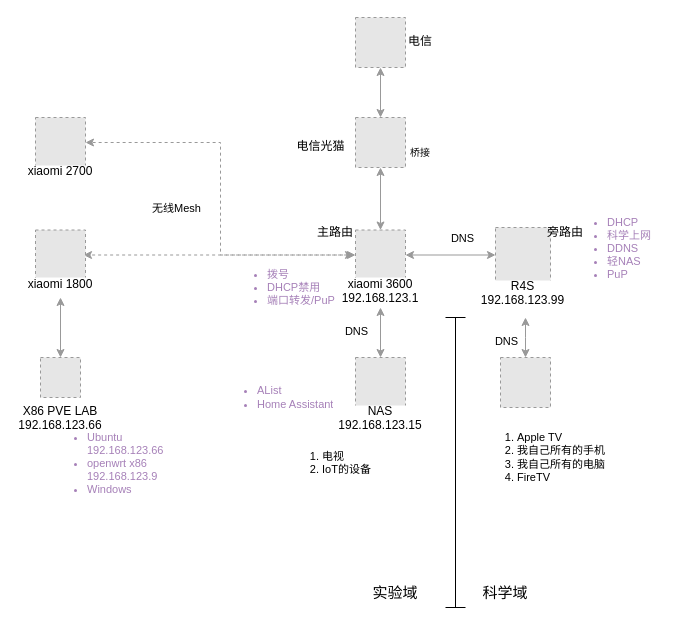
Before: page "side route" (6 of 8) of openwrt.drawio in quboqin/drawio, a draw.io diagram. Source tidied: cells renumbered, new cells numbered last; positions are measured from the earlier drawing's top-left corner, leaving out a move shared by most shapes. Both pictures are drawn from the tidied source at 100%, with x=0, y=0 at pixel (35, 17). Pictures stored in the file or linked from it are replaced by grey dashed boxes.
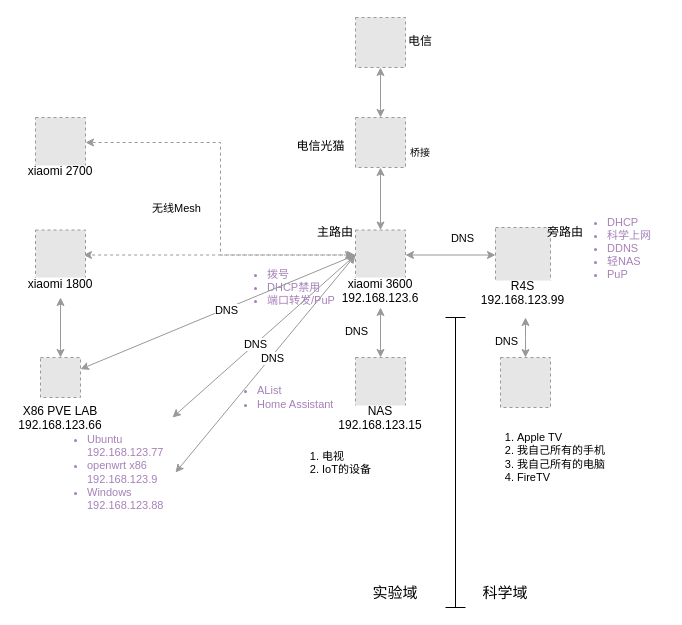
Above is the later version.

The change refers to these unchanged cells:
```xml
<mxCell id="31" value="X86 PVE LAB&#10;192.168.123.66" style="fillColor=#E6E6E6;strokeColor=#999999;dashed=1;verticalLabelPosition=bottom;labelBackgroundColor=default;verticalAlign=top;" parent="1" vertex="1">
  <mxGeometry x="5" y="340" width="40" height="40" as="geometry" />
</mxCell>
```

The edit, as a diff of the source:
```diff
@@
-    <mxCell id="11" value="xiaomi 3600&#10;192.168.123.1" style="fillColor=#E6E6E6;strokeColor=#999999;dashed=1;verticalLabelPosition=bottom;labelBackgroundColor=default;verticalAlign=top;spacingTop=-10;" parent="1" vertex="1">
+    <mxCell id="11" value="xiaomi 3600&#10;192.168.123.6" style="fillColor=#E6E6E6;strokeColor=#999999;dashed=1;verticalLabelPosition=bottom;labelBackgroundColor=default;verticalAlign=top;spacingTop=-10;" parent="1" vertex="1">
       <mxGeometry x="320" y="212.5" width="50" height="50" as="geometry" />
     </mxCell>
@@
+    <mxCell id="35" style="shape=connector;rounded=0;jettySize=auto;html=1;entryX=0;entryY=0.5;entryDx=0;entryDy=0;strokeColor=#999999;align=center;verticalAlign=middle;spacingLeft=60;fontFamily=Helvetica;fontSize=11;fontColor=default;labelBackgroundColor=default;startArrow=classic;startFill=1;endArrow=classic;" parent="1" edge="1" source="31" target="11">
+      <mxGeometry relative="1" as="geometry" />
+    </mxCell>
+    <mxCell id="36" value="DNS" style="edgeLabel;html=1;align=center;verticalAlign=middle;fontFamily=Helvetica;fontSize=11;fontColor=default;labelBackgroundColor=default;" parent="35" vertex="1">
+      <mxGeometry x="0.05" y="-1" relative="1" as="geometry">
+        <mxPoint x="1" as="offset" />
+      </mxGeometry>
+    </mxCell>
@@
+    <mxCell id="37" style="shape=connector;rounded=0;jettySize=auto;html=1;entryX=0;entryY=0.5;entryDx=0;entryDy=0;strokeColor=#999999;align=center;verticalAlign=middle;spacingLeft=60;fontFamily=Helvetica;fontSize=11;fontColor=default;labelBackgroundColor=default;startArrow=classic;startFill=1;endArrow=classic;" parent="1" edge="1" source="34" target="11">
+      <mxGeometry relative="1" as="geometry" />
+    </mxCell>
+    <mxCell id="38" value="DNS" style="edgeLabel;html=1;align=center;verticalAlign=middle;fontFamily=Helvetica;fontSize=11;fontColor=default;labelBackgroundColor=default;" parent="37" vertex="1">
+      <mxGeometry x="-0.1" relative="1" as="geometry" />
+    </mxCell>
+    <mxCell id="39" style="shape=connector;rounded=0;jettySize=auto;html=1;strokeColor=#999999;align=center;verticalAlign=middle;spacingLeft=60;fontFamily=Helvetica;fontSize=11;fontColor=default;labelBackgroundColor=default;startArrow=classic;startFill=1;endArrow=classic;entryX=0;entryY=0.5;entryDx=0;entryDy=0;exitX=1;exitY=0.5;exitDx=0;exitDy=0;" parent="1" edge="1" source="34" target="11">
+      <mxGeometry relative="1" as="geometry" />
+    </mxCell>
+    <mxCell id="40" value="DNS" style="edgeLabel;html=1;align=center;verticalAlign=middle;fontFamily=Helvetica;fontSize=11;fontColor=default;labelBackgroundColor=default;" parent="39" vertex="1">
+      <mxGeometry x="0.06" y="-1" relative="1" as="geometry" />
+    </mxCell>
-    <mxCell id="34" value="&lt;ul&gt;&lt;li&gt;Ubuntu 192.168.123.66&lt;/li&gt;&lt;li&gt;openwrt x86 192.168.123.9&lt;/li&gt;&lt;li&gt;Windows&lt;/li&gt;&lt;/ul&gt;" style="text;strokeColor=none;fillColor=none;html=1;whiteSpace=wrap;verticalAlign=middle;overflow=hidden;fontFamily=Helvetica;fontSize=11;fontColor=#A680B8;labelBackgroundColor=none;" parent="1" vertex="1">
-      <mxGeometry x="10" y="400" width="130" height="80" as="geometry" />
+    <mxCell id="34" value="&lt;ul&gt;&lt;li&gt;Ubuntu 192.168.123.77&lt;/li&gt;&lt;li&gt;openwrt x86 192.168.123.9&lt;/li&gt;&lt;li&gt;Windows&lt;br&gt;192.168.123.88&lt;/li&gt;&lt;/ul&gt;" style="text;strokeColor=none;fillColor=none;html=1;whiteSpace=wrap;verticalAlign=middle;overflow=hidden;fontFamily=Helvetica;fontSize=11;fontColor=#A680B8;labelBackgroundColor=none;" parent="1" vertex="1">
+      <mxGeometry x="10" y="400" width="130" height="110" as="geometry" />
     </mxCell>
```
